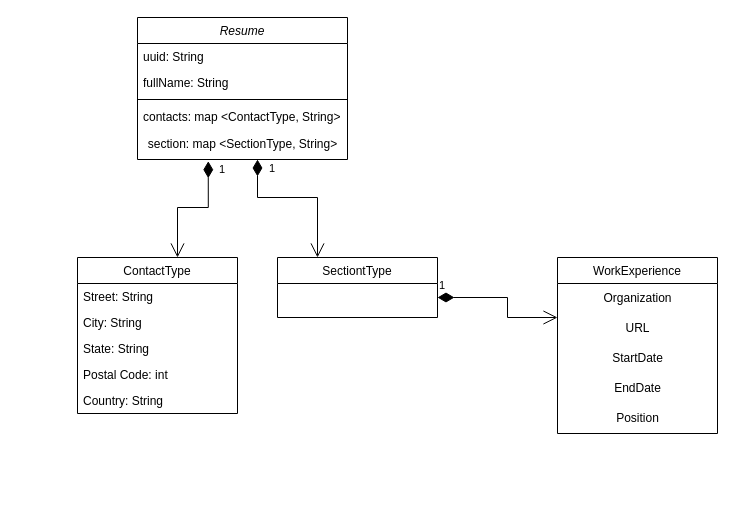
Before: Resume.drawio in sergr972/basejava, a draw.io diagram. Source tidied: cells renumbered, new cells numbered last; positions are measured from the earlier drawing's top-left corner, leaving out a move shared by most shapes. Both pictures are drawn from the tidied source at 100%, with x=0, y=0 at pixel (77, 17).
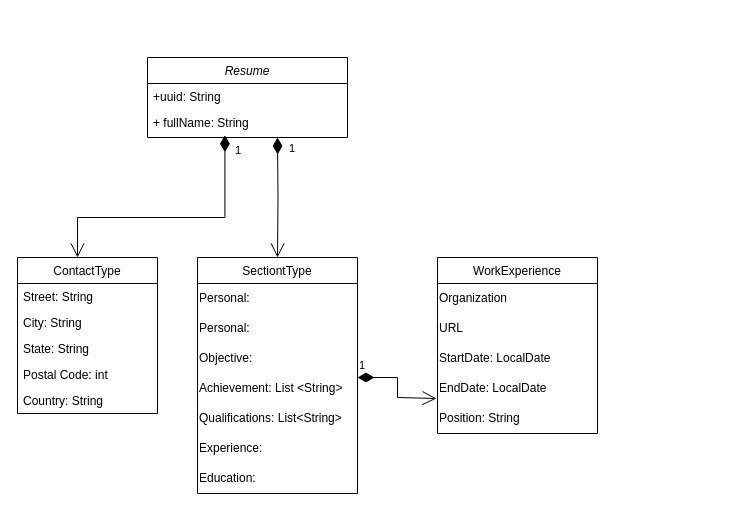
The same diagram, later.

Diff of the diagram source:
```diff
@@
     <mxCell id="2" value="Resume" style="swimlane;fontStyle=2;align=center;verticalAlign=top;horizontal=1;startSize=26;rounded=0;shadow=0;strokeWidth=1;" parent="1" vertex="1">
-      <mxGeometry x="60" width="210" height="142" as="geometry" />
+      <mxGeometry x="70" y="40" width="200" height="80" as="geometry" />
     </mxCell>
-    <mxCell id="3" value="uuid: String&#10;" style="text;align=left;verticalAlign=top;spacingLeft=4;spacingRight=4;overflow=hidden;" parent="2" vertex="1">
-      <mxGeometry y="26" width="210" height="26" as="geometry" />
+    <mxCell id="3" value="+uuid: String&#10;" style="text;align=left;verticalAlign=top;spacingLeft=4;spacingRight=4;overflow=hidden;" parent="2" vertex="1">
+      <mxGeometry y="26" width="200" height="26" as="geometry" />
     </mxCell>
-    <mxCell id="4" value="fullName: String&#10;" style="text;align=left;verticalAlign=top;spacingLeft=4;spacingRight=4;overflow=hidden;rounded=0;shadow=0;html=0;" parent="2" vertex="1">
-      <mxGeometry y="52" width="210" height="26" as="geometry" />
+    <mxCell id="4" value="+ fullName: String&#10;" style="text;align=left;verticalAlign=top;spacingLeft=4;spacingRight=4;overflow=hidden;rounded=0;shadow=0;html=0;" parent="2" vertex="1">
+      <mxGeometry y="52" width="200" height="26" as="geometry" />
     </mxCell>
-    <mxCell id="5" style="line;html=1;strokeWidth=1;align=left;verticalAlign=middle;spacingTop=-1;spacingLeft=3;spacingRight=3;labelPosition=right;" parent="2" vertex="1">
-      <mxGeometry y="78" width="210" height="8" as="geometry" />
-    </mxCell>
-    <mxCell id="6" value="contacts: map &lt;ContactType, String&gt;" style="text;align=left;verticalAlign=top;spacingLeft=4;spacingRight=4;overflow=hidden;" parent="2" vertex="1">
-      <mxGeometry y="86" width="210" height="26" as="geometry" />
-    </mxCell>
-    <mxCell id="7" value="section: map &amp;lt;SectionType, String&amp;gt;" style="text;html=1;align=center;verticalAlign=middle;points=[];strokeColor=none;fillColor=none;" parent="2" vertex="1">
-      <mxGeometry y="112" width="210" height="30" as="geometry" />
-    </mxCell>
     <mxCell id="8" value="ContactType" style="swimlane;fontStyle=0;align=center;verticalAlign=top;horizontal=1;startSize=26;rounded=0;shadow=0;strokeWidth=1;" parent="1" vertex="1">
-      <mxGeometry y="240" width="160" height="156" as="geometry" />
+      <mxGeometry x="-60" y="240" width="140" height="156" as="geometry" />
     </mxCell>
     <mxCell id="9" value="Street: String" style="text;align=left;verticalAlign=top;spacingLeft=4;spacingRight=4;overflow=hidden;" parent="8" vertex="1">
-      <mxGeometry y="26" width="160" height="26" as="geometry" />
+      <mxGeometry y="26" width="140" height="26" as="geometry" />
     </mxCell>
     <mxCell id="10" value="City: String" style="text;align=left;verticalAlign=top;spacingLeft=4;spacingRight=4;overflow=hidden;rounded=0;shadow=0;html=0;" parent="8" vertex="1">
-      <mxGeometry y="52" width="160" height="26" as="geometry" />
+      <mxGeometry y="52" width="140" height="26" as="geometry" />
     </mxCell>
     <mxCell id="11" value="State: String" style="text;align=left;verticalAlign=top;spacingLeft=4;spacingRight=4;overflow=hidden;rounded=0;shadow=0;html=0;" parent="8" vertex="1">
-      <mxGeometry y="78" width="160" height="26" as="geometry" />
+      <mxGeometry y="78" width="140" height="26" as="geometry" />
     </mxCell>
     <mxCell id="12" value="Postal Code: int" style="text;align=left;verticalAlign=top;spacingLeft=4;spacingRight=4;overflow=hidden;rounded=0;shadow=0;html=0;" parent="8" vertex="1">
-      <mxGeometry y="104" width="160" height="26" as="geometry" />
+      <mxGeometry y="104" width="140" height="26" as="geometry" />
     </mxCell>
     <mxCell id="13" value="Country: String" style="text;align=left;verticalAlign=top;spacingLeft=4;spacingRight=4;overflow=hidden;rounded=0;shadow=0;html=0;" parent="8" vertex="1">
-      <mxGeometry y="130" width="160" height="26" as="geometry" />
+      <mxGeometry y="130" width="140" height="26" as="geometry" />
     </mxCell>
     <mxCell id="14" value="SectiontType" style="swimlane;fontStyle=0;align=center;verticalAlign=top;horizontal=1;startSize=26;rounded=0;shadow=0;strokeWidth=1;" parent="1" vertex="1">
-      <mxGeometry x="200" y="240" width="160" height="60" as="geometry" />
+      <mxGeometry x="120" y="240" width="160" height="236" as="geometry" />
     </mxCell>
+    <mxCell id="24" value="Personal:" style="text;html=1;align=left;verticalAlign=middle;strokeColor=none;fillColor=none;" parent="14" vertex="1">
+      <mxGeometry y="26" width="160" height="30" as="geometry" />
+    </mxCell>
+    <mxCell id="25" value="Personal:" style="text;html=1;align=left;verticalAlign=middle;strokeColor=none;fillColor=none;" parent="14" vertex="1">
+      <mxGeometry y="56" width="160" height="30" as="geometry" />
+    </mxCell>
+    <mxCell id="26" value="Objective:" style="text;html=1;align=left;verticalAlign=middle;strokeColor=none;fillColor=none;" parent="14" vertex="1">
+      <mxGeometry y="86" width="160" height="30" as="geometry" />
+    </mxCell>
+    <mxCell id="27" value="Achievement: List &amp;lt;String&amp;gt;" style="text;html=1;align=left;verticalAlign=middle;strokeColor=none;fillColor=none;" parent="14" vertex="1">
+      <mxGeometry y="116" width="160" height="30" as="geometry" />
+    </mxCell>
+    <mxCell id="28" value="Qualifications: List&amp;lt;String&amp;gt;" style="text;html=1;align=left;verticalAlign=middle;strokeColor=none;fillColor=none;" parent="14" vertex="1">
+      <mxGeometry y="146" width="160" height="30" as="geometry" />
+    </mxCell>
+    <mxCell id="29" value="Experience:" style="text;html=1;align=left;verticalAlign=middle;strokeColor=none;fillColor=none;" parent="14" vertex="1">
+      <mxGeometry y="176" width="160" height="30" as="geometry" />
+    </mxCell>
+    <mxCell id="30" value="Education:" style="text;html=1;align=left;verticalAlign=middle;strokeColor=none;fillColor=none;" parent="14" vertex="1">
+      <mxGeometry y="206" width="160" height="30" as="geometry" />
+    </mxCell>
     <mxCell id="15" value="WorkExperience" style="swimlane;fontStyle=0;align=center;verticalAlign=top;horizontal=1;startSize=26;rounded=0;shadow=0;strokeWidth=1;" parent="1" vertex="1">
-      <mxGeometry x="480" y="240" width="160" height="176" as="geometry" />
+      <mxGeometry x="360" y="240" width="160" height="176" as="geometry" />
     </mxCell>
-    <mxCell id="16" value="Organization" style="text;html=1;align=center;verticalAlign=middle;strokeColor=none;fillColor=none;" parent="15" vertex="1">
+    <mxCell id="16" value="Organization" style="text;html=1;align=left;verticalAlign=middle;strokeColor=none;fillColor=none;" parent="15" vertex="1">
       <mxGeometry y="26" width="160" height="30" as="geometry" />
     </mxCell>
-    <mxCell id="17" value="URL" style="text;html=1;align=center;verticalAlign=middle;strokeColor=none;fillColor=none;" parent="15" vertex="1">
+    <mxCell id="17" value="URL" style="text;html=1;align=left;verticalAlign=middle;strokeColor=none;fillColor=none;" parent="15" vertex="1">
       <mxGeometry y="56" width="160" height="30" as="geometry" />
     </mxCell>
-    <mxCell id="18" value="StartDate" style="text;html=1;align=center;verticalAlign=middle;strokeColor=none;fillColor=none;" parent="15" vertex="1">
+    <mxCell id="18" value="StartDate: LocalDate" style="text;html=1;align=left;verticalAlign=middle;strokeColor=none;fillColor=none;" parent="15" vertex="1">
       <mxGeometry y="86" width="160" height="30" as="geometry" />
     </mxCell>
-    <mxCell id="19" value="EndDate" style="text;html=1;align=center;verticalAlign=middle;points=[];strokeColor=none;fillColor=none;" parent="15" vertex="1">
+    <mxCell id="19" value="EndDate: LocalDate" style="text;html=1;align=left;verticalAlign=middle;points=[];strokeColor=none;fillColor=none;" parent="15" vertex="1">
       <mxGeometry y="116" width="160" height="30" as="geometry" />
     </mxCell>
-    <mxCell id="20" value="Position" style="text;html=1;align=center;verticalAlign=middle;strokeColor=none;fillColor=none;" parent="15" vertex="1">
+    <mxCell id="20" value="Position: String" style="text;html=1;align=left;verticalAlign=middle;strokeColor=none;fillColor=none;" parent="15" vertex="1">
       <mxGeometry y="146" width="160" height="30" as="geometry" />
     </mxCell>
-    <mxCell id="21" value="1" style="endArrow=open;html=1;endSize=12;startArrow=diamondThin;startSize=14;startFill=1;edgeStyle=orthogonalEdgeStyle;align=left;verticalAlign=bottom;rounded=0;" parent="1" edge="1">
-      <mxGeometry x="-0.77" y="10" relative="1" as="geometry">
-        <mxPoint x="180" y="142" as="sourcePoint" />
-        <mxPoint x="240" y="240" as="targetPoint" />
-        <Array as="points">
-          <mxPoint x="180" y="180" />
-          <mxPoint x="240" y="180" />
-        </Array>
+    <mxCell id="21" value="1" style="endArrow=open;html=1;endSize=12;startArrow=diamondThin;startSize=14;startFill=1;edgeStyle=orthogonalEdgeStyle;align=left;verticalAlign=bottom;rounded=0;entryX=0.5;entryY=0;entryDx=0;entryDy=0;" parent="1" edge="1" target="14">
+      <mxGeometry x="-0.67" y="10" relative="1" as="geometry">
+        <mxPoint x="200" y="120" as="sourcePoint" />
       </mxGeometry>
     </mxCell>
-    <mxCell id="22" value="1" style="endArrow=open;html=1;endSize=12;startArrow=diamondThin;startSize=14;startFill=1;edgeStyle=orthogonalEdgeStyle;align=left;verticalAlign=bottom;rounded=0;entryX=0.625;entryY=0;entryDx=0;entryDy=0;entryPerimeter=0;exitX=0.337;exitY=1.057;exitDx=0;exitDy=0;exitPerimeter=0;" parent="1" edge="1" source="7" target="8">
-      <mxGeometry x="-0.74" y="9" relative="1" as="geometry">
+    <mxCell id="22" value="1" style="endArrow=open;html=1;endSize=12;startArrow=diamondThin;startSize=14;startFill=1;edgeStyle=orthogonalEdgeStyle;align=left;verticalAlign=bottom;rounded=0;exitX=0.337;exitY=1.057;exitDx=0;exitDy=0;exitPerimeter=0;" parent="1" edge="1">
+      <mxGeometry x="-0.82" y="9" relative="1" as="geometry">
+        <mxPoint x="147.4" y="117.7" as="sourcePoint" />
+        <mxPoint y="240" as="targetPoint" />
         <Array as="points">
-          <mxPoint x="131" y="190" />
-          <mxPoint x="100" y="190" />
+          <mxPoint x="147" y="200" />
+          <mxPoint y="200" />
         </Array>
       </mxGeometry>
     </mxCell>
-    <mxCell id="23" value="1" style="endArrow=open;html=1;endSize=12;startArrow=diamondThin;startSize=14;startFill=1;edgeStyle=orthogonalEdgeStyle;align=left;verticalAlign=bottom;rounded=0;" parent="1" edge="1">
+    <mxCell id="23" value="1" style="endArrow=open;html=1;endSize=12;startArrow=diamondThin;startSize=14;startFill=1;edgeStyle=orthogonalEdgeStyle;align=left;verticalAlign=bottom;rounded=0;entryX=-0.006;entryY=0.833;entryDx=0;entryDy=0;entryPerimeter=0;" parent="1" edge="1" target="19">
       <mxGeometry x="-1" y="3" relative="1" as="geometry">
-        <mxPoint x="360" y="280" as="sourcePoint" />
-        <mxPoint x="480" y="300" as="targetPoint" />
+        <mxPoint x="280" y="360" as="sourcePoint" />
         <Array as="points">
-          <mxPoint x="430" y="280" />
-          <mxPoint x="430" y="300" />
+          <mxPoint x="320" y="360" />
+          <mxPoint x="320" y="380" />
         </Array>
       </mxGeometry>
     </mxCell>
```
